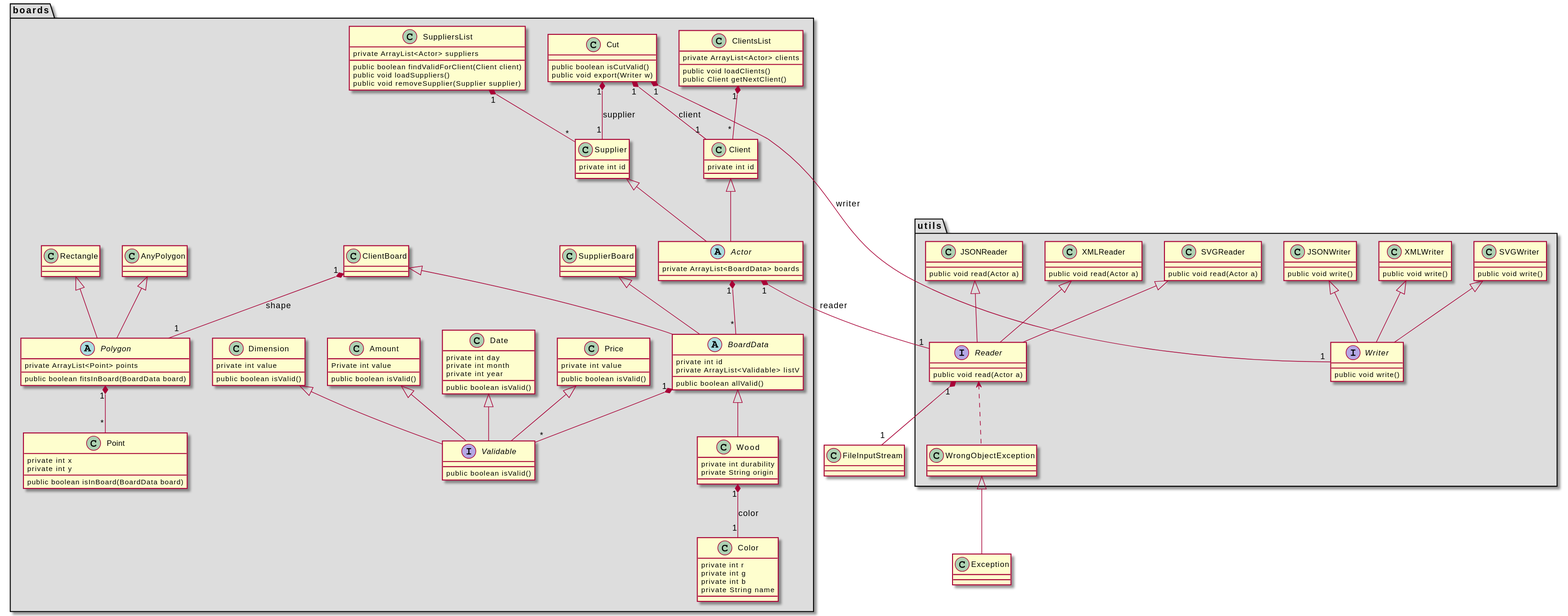
Before: Diagramme UML.svg, a diagram exported from PlantUML (Alexandre-enseirb/PG220). Its diagram source:
```plantuml
@startuml
package boards #DDDDDD{
	interface Validable{
		public boolean isValid()
	}

	class Price{
		private int value
		public boolean isValid()
	}

	class Amount{
		Private int value
		public boolean isValid()
	}

	class Dimension{
		private int value
		public boolean isValid()
	}

	abstract Polygon{
		private ArrayList<Point> points
		public boolean fitsInBoard(BoardData board)
	}

	class AnyPolygon{

	}

	class Rectangle{

	}

	class Point{
		private int x
		private int y
		public boolean isInBoard(BoardData board)
	}

	class Color{
		private int r
		private int g
		private int b
		private String name
	}

	class Date{
		private int day
		private int month
		private int year
		public boolean isValid()
	}

	abstract BoardData{
		private int id
		private ArrayList<Validable> listV
		public boolean allValid()
	}

	class SupplierBoard{

	}

	class ClientBoard{

	}

	class Wood{
		private int durability
		private String origin
	}

	abstract Actor{
		private ArrayList<BoardData> boards
	}

	class Client{
		private int id
	}

	class Supplier{
		private int id
	}

	class ClientsList{
		private ArrayList<Actor> clients
		public void loadClients()
		public Client getNextClient()
	}

	class SuppliersList{
		private ArrayList<Actor> suppliers
		public boolean findValidForClient(Client client)
		public void loadSuppliers()
		public void removeSupplier(Supplier supplier)
	}

	class Cut{
		public boolean isCutValid()
		public void export(Writer w)
	}


}



package utils #DDDDDD{

	interface Reader{
		public void read(Actor a)
	}

	interface Writer{
		public void write()
	}

	class SVGWriter{

		public void write()
	}

	class XMLWriter{

		public void write()
	}

	class JSONWriter{

		public void write()
	}

	class SVGReader{

		public void read(Actor a)
	}

	class XMLReader{

		public void read(Actor a)
	}

	class JSONReader{

		public void read(Actor a)
	}

	class WrongObjectException

}

class Exception

class FileInputStream

WrongObjectException <|-- Exception


SupplierBoard <|--        BoardData
ClientBoard   <|--        BoardData
ClientBoard   "1" *-- "1" Polygon : shape
Wood          "1" *-- "1" Color : color

Price     <|-- Validable
Date      <|-- Validable
Dimension <|-- Validable
Amount    <|-- Validable

BoardData "1" *-- "*" Validable
BoardData <|--        Wood

Polygon    "1" *-- "*" Point
Rectangle  <|--        Polygon
AnyPolygon <|--        Polygon


Actor "1" *-- "*" BoardData

Client   <|-- Actor
Supplier <|-- Actor

ClientsList   "1" *-- "*" Client
SuppliersList "1" *-- "*" Supplier

XMLWriter  <|-- Writer
SVGWriter  <|-- Writer
JSONWriter <|-- Writer

XMLReader  <|-- Reader
SVGReader  <|-- Reader
JSONReader <|-- Reader

Reader <..         WrongObjectException
Reader "1" *-- "1" FileInputStream



Cut "1" *-- "1" Supplier : supplier
Cut "1" *-- "1" Client : client
Cut "1" *-- "1" Writer : writer

Actor "1" *-- "1" Reader : reader
@enduml
```
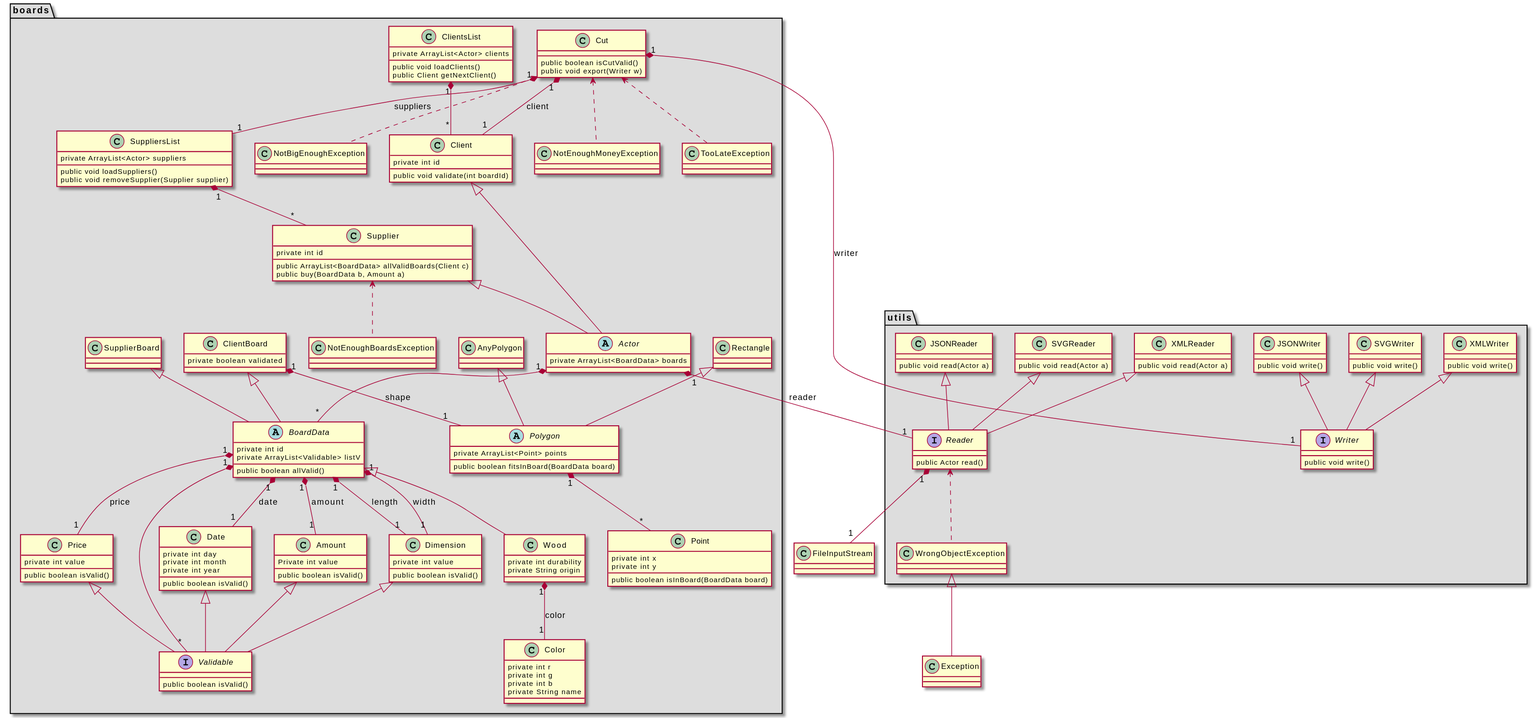
After the change.

Commit message:
Mise à jour diagramme UML

Ajout d'exceptions
Revue de la fonction Cut()
Changements au niveau des possessions entre classes (notamment BoardData)

Diff of the diagram source:
```diff
@@ -63,7 +63,7 @@
 	}
 
 	class ClientBoard{
-
+		private boolean validated
 	}
 
 	class Wood{
@@ -77,10 +77,13 @@
 
 	class Client{
 		private int id
+		public void validate(int boardId)
 	}
 
 	class Supplier{
 		private int id
+		public ArrayList<BoardData> allValidBoards(Client c)
+		public buy(BoardData b, Amount a)
 	}
 
 	class ClientsList{
@@ -91,7 +94,6 @@
 
 	class SuppliersList{
 		private ArrayList<Actor> suppliers
-		public boolean findValidForClient(Client client)
 		public void loadSuppliers()
 		public void removeSupplier(Supplier supplier)
 	}
@@ -99,6 +101,22 @@
 	class Cut{
 		public boolean isCutValid()
 		public void export(Writer w)
+	}
+
+	class NotEnoughMoneyException{
+
+	}
+
+	class NotBigEnoughException{
+
+	}
+
+	class NotEnoughBoardsException{
+
+	}
+
+	class TooLateException{
+
 	}
 
 
@@ -109,7 +127,7 @@
 package utils #DDDDDD{
 
 	interface Reader{
-		public void read(Actor a)
+		public Actor read()
 	}
 
 	interface Writer{
@@ -168,6 +186,11 @@
 Amount    <|-- Validable
 
 BoardData "1" *-- "*" Validable
+BoardData "1" *-- "1" Dimension : length
+BoardData "1" *-- "1" Dimension : width
+BoardData "1" *-- "1" Amount    : amount
+BoardData "1" *-- "1" Date      : date
+BoardData "1" *-- "1" Price     : price
 BoardData <|--        Wood
 
 Polygon    "1" *-- "*" Point
@@ -194,9 +217,12 @@
 Reader <..         WrongObjectException
 Reader "1" *-- "1" FileInputStream
 
+Supplier <.. NotEnoughBoardsException
 
-
-Cut "1" *-- "1" Supplier : supplier
+Cut <..         NotEnoughMoneyException
+Cut <..         TooLateException
+Cut <..         NotBigEnoughException
+Cut "1" *-- "1" SuppliersList : suppliers
 Cut "1" *-- "1" Client : client
 Cut "1" *-- "1" Writer : writer
 
```
